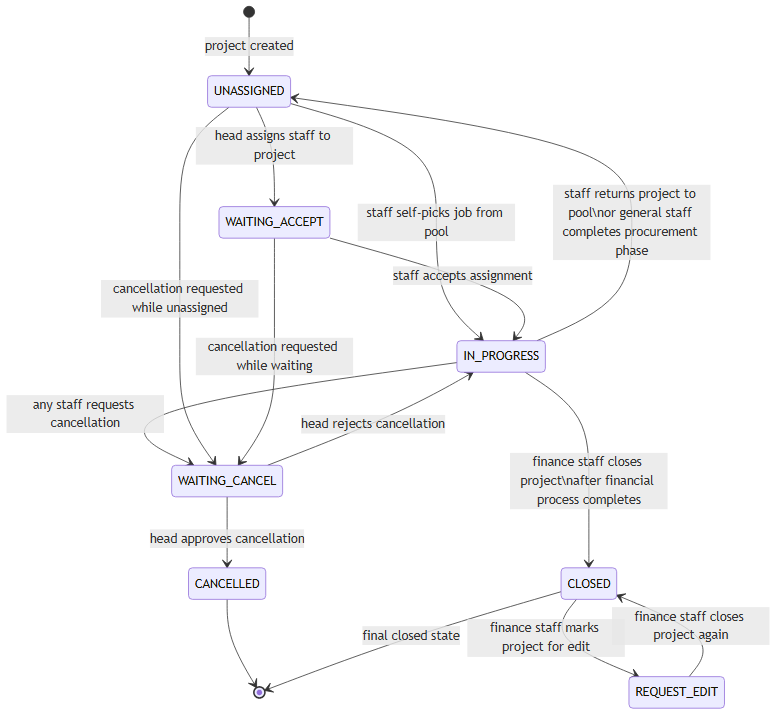
Before: report-diagrams/06-project-status-state-machine.png, a diagram exported from Mermaid (capmoo-capstone/report). Its source is kept beside it as report-diagrams/06-project-status-state-machine.mmd.
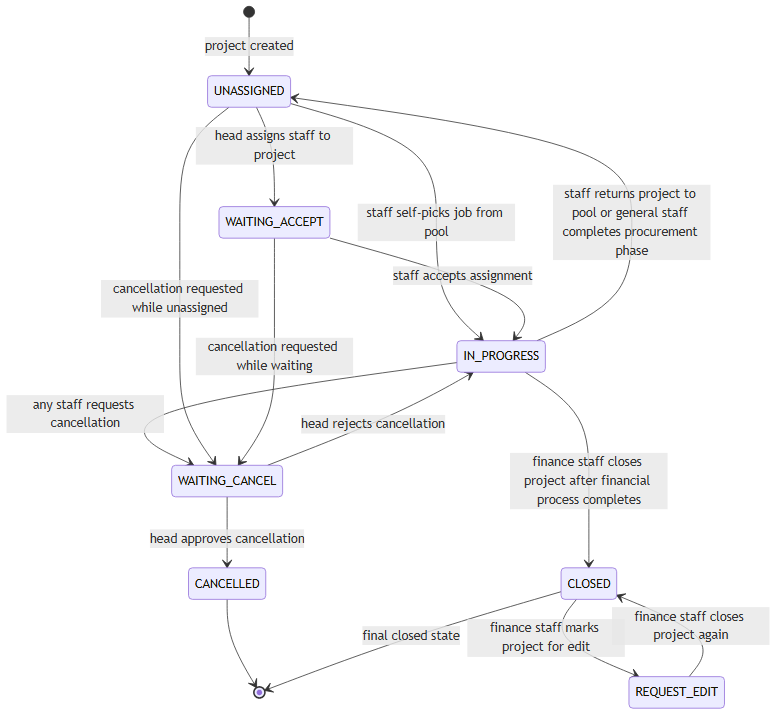
After the commit.

Change to the diagram source:
```diff
@@ -7,7 +7,7 @@
     WAITING_ACCEPT --> IN_PROGRESS: staff accepts assignment
 
 
-    IN_PROGRESS --> UNASSIGNED: staff returns project to pool\nor general staff completes procurement phase
+    IN_PROGRESS --> UNASSIGNED: staff returns project to pool or general staff completes procurement phase
 
     IN_PROGRESS --> WAITING_CANCEL: any staff requests cancellation
     WAITING_CANCEL --> CANCELLED: head approves cancellation
@@ -16,7 +16,7 @@
     UNASSIGNED --> WAITING_CANCEL: cancellation requested while unassigned
     WAITING_ACCEPT --> WAITING_CANCEL: cancellation requested while waiting
 
-    IN_PROGRESS --> CLOSED: finance staff closes project\nafter financial process completes
+    IN_PROGRESS --> CLOSED: finance staff closes project after financial process completes
 
     CLOSED --> REQUEST_EDIT: finance staff marks project for edit
     REQUEST_EDIT --> CLOSED: finance staff closes project again
```
